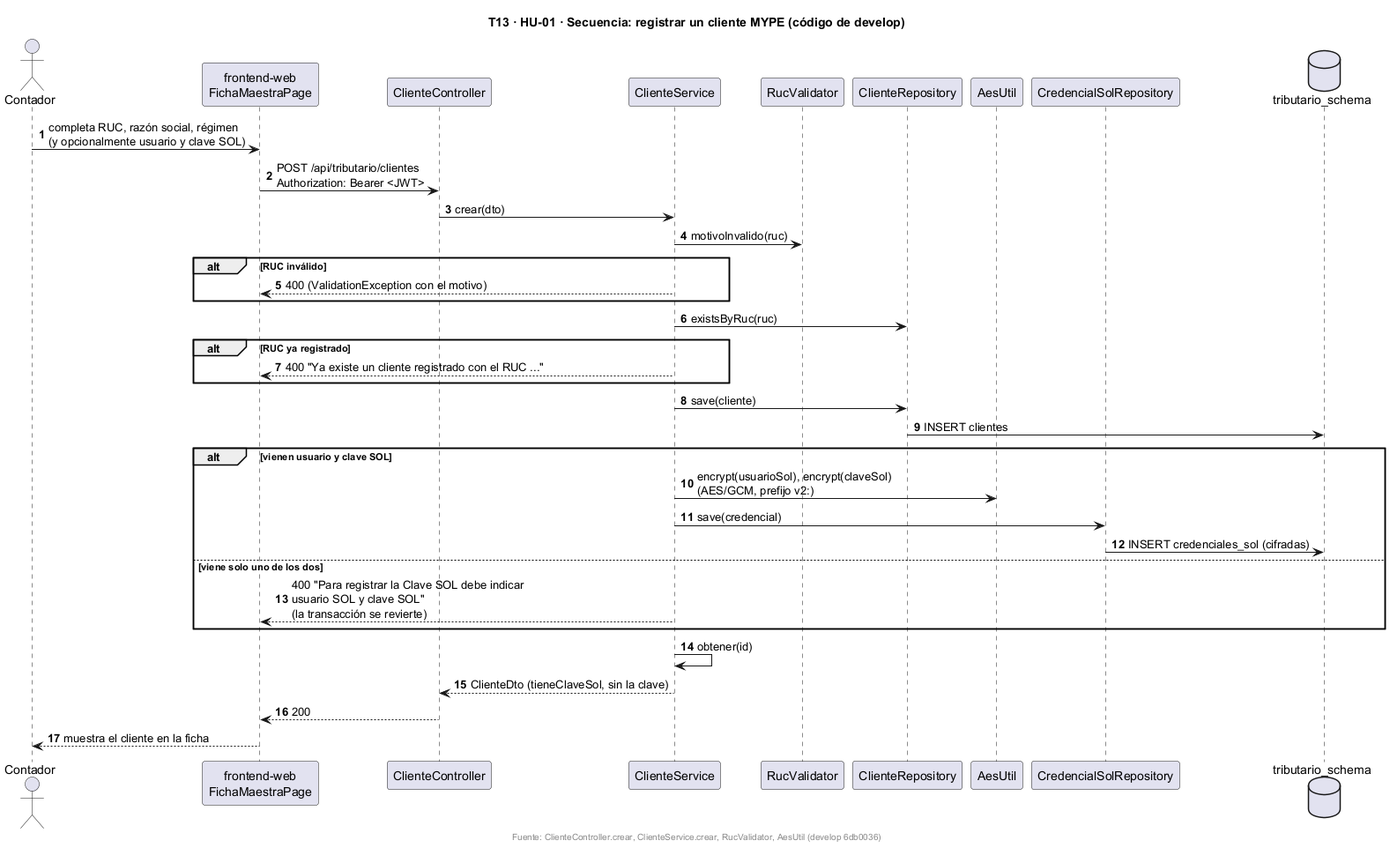
Above: docs/uml/img/T13-HU01-secuencia-registrar-cliente.png in fabianrodriguez33/plus-contable (PlantUML), before the change.
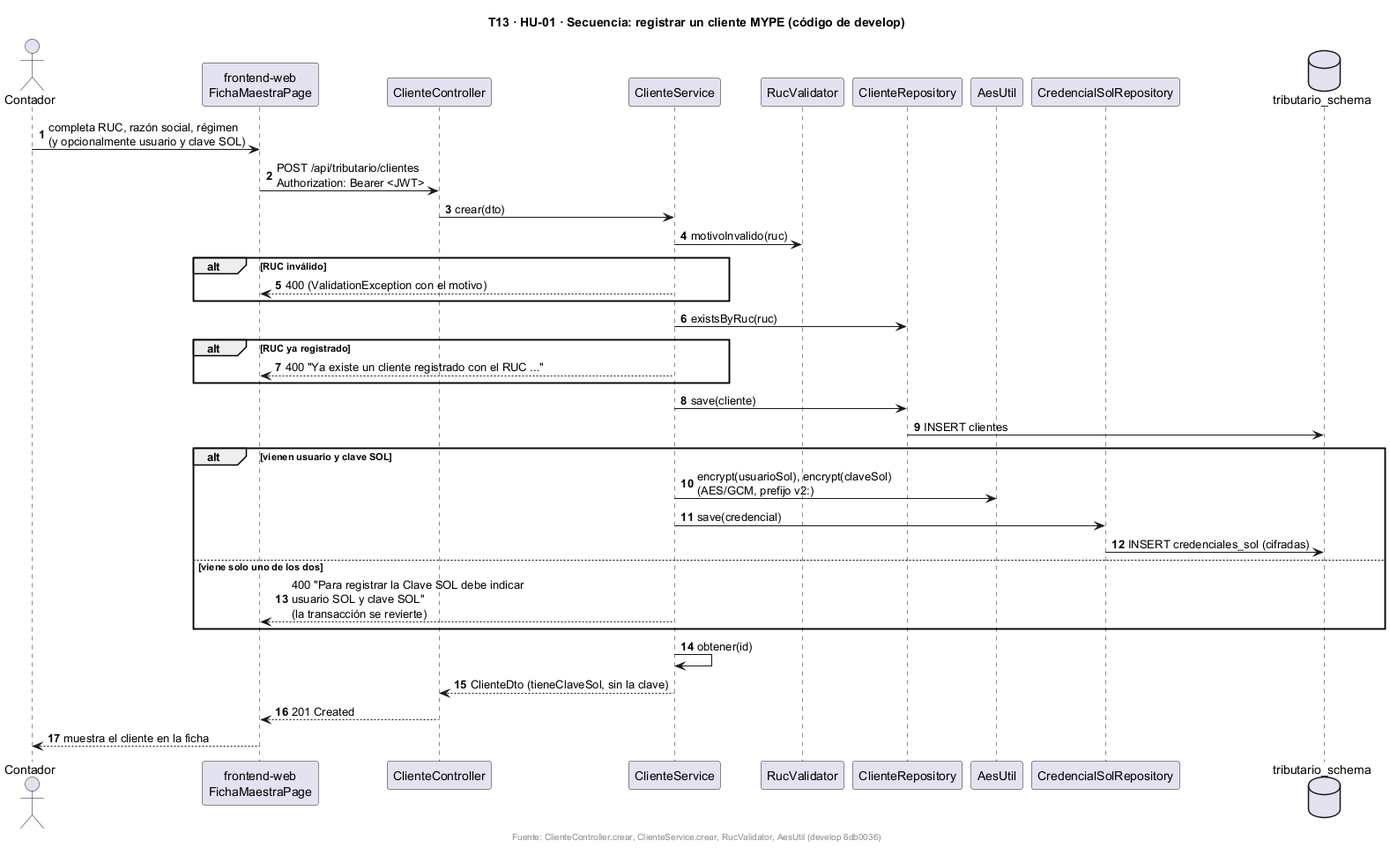
The same diagram one commit later.

Change to the diagram source:
```diff
@@ -35,7 +35,7 @@
 end
 CS -> CS : obtener(id)
 CS --> CC : ClienteDto (tieneClaveSol, sin la clave)
-CC --> FE : 200
+CC --> FE : 201 Created
 FE --> U : muestra el cliente en la ficha
 
 footer Fuente: ClienteController.crear, ClienteService.crear, RucValidator, AesUtil (develop 6db0036)
```
